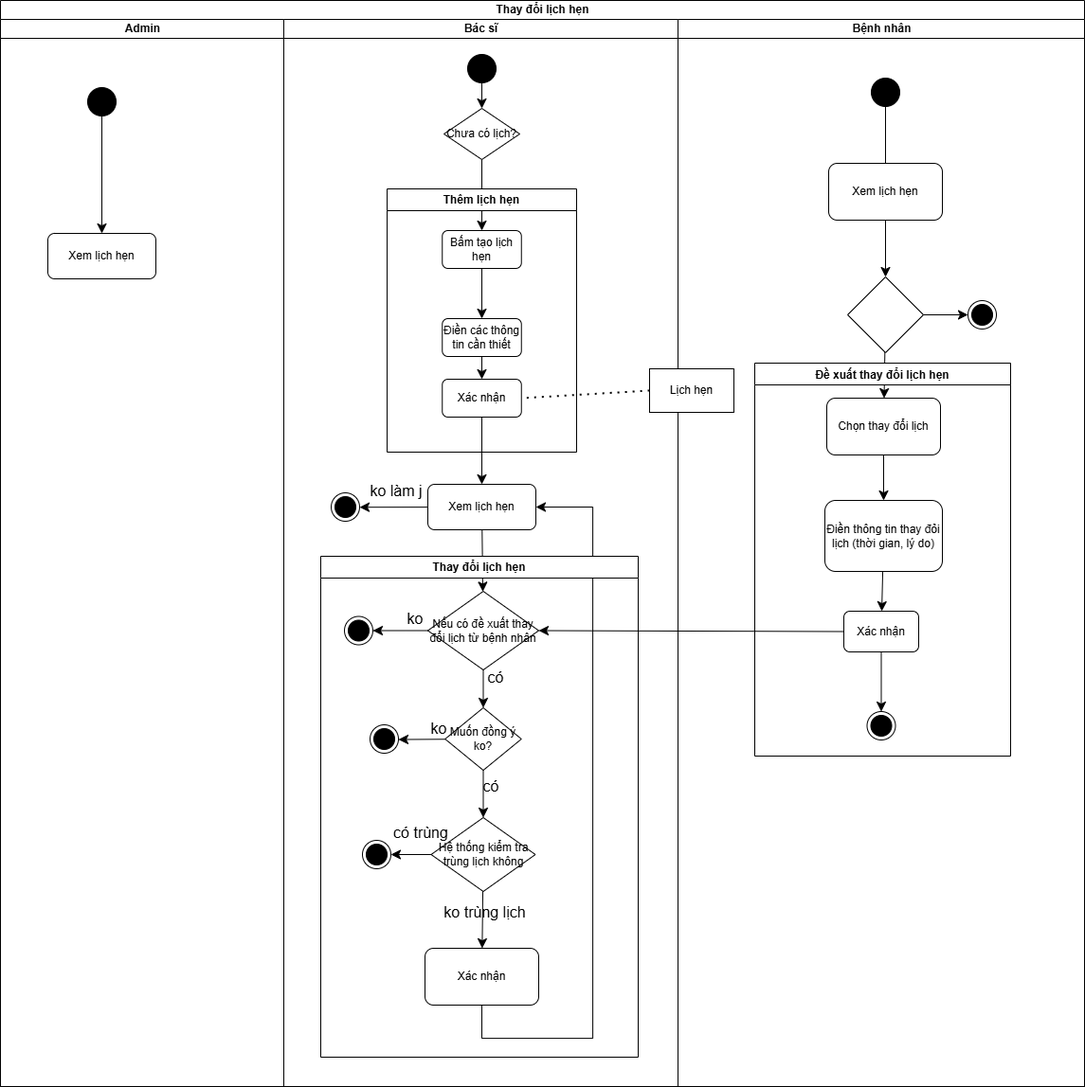
Minh-Quan-dz123/He_thong_quan_ly_benh_vien keeps this draw.io diagram as details/2_product_analysis_and_design/2_activity_diagram/4_quanlylichhen/1_activity_thaydoilichhen.drawio.png. Above is the earlier version. Source tidied: cells renumbered, new cells last; positions are measured from the earlier drawing's top-left corner, leaving out a move shared by most shapes.
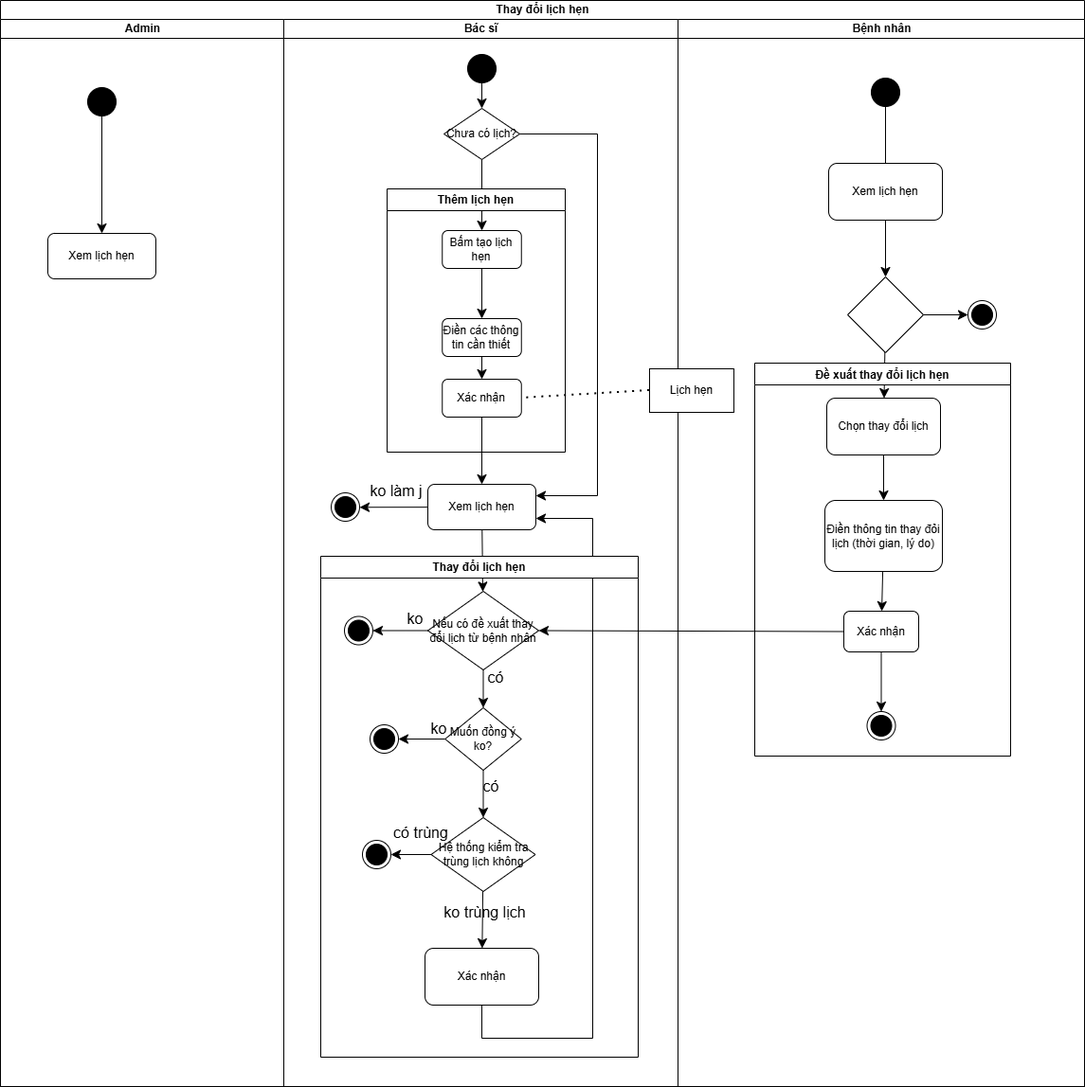
After the change.

The edit, as a diff of the source:
```diff
@@ -33,7 +33,7 @@
       <mxGeometry relative="1" as="geometry" />
     </mxCell>
     <mxCell id="12" value="Thêm lịch hẹn" style="swimlane;whiteSpace=wrap;html=1;" parent="7" vertex="1">
-      <mxGeometry x="109" y="179" width="200" height="278" as="geometry" />
+      <mxGeometry x="109" y="179" width="188" height="278" as="geometry" />
     </mxCell>
     <mxCell id="13" style="edgeStyle=none;curved=1;rounded=0;jettySize=auto;html=1;fontSize=12;startSize=8;endSize=8;" parent="12" edge="1" source="14" target="15">
       <mxGeometry relative="1" as="geometry" />
@@ -98,12 +98,12 @@
     <mxCell id="33" style="edgeStyle=none;curved=1;rounded=0;jettySize=auto;html=1;fontSize=12;startSize=8;endSize=8;" parent="7" edge="1" source="25" target="32">
       <mxGeometry relative="1" as="geometry" />
     </mxCell>
-    <mxCell id="34" style="endArrow=classic;html=1;rounded=0;fontSize=12;startSize=8;endSize=8;exitX=0.5;exitY=1;exitDx=0;exitDy=0;entryX=1;entryY=0.5;entryDx=0;entryDy=0;edgeStyle=orthogonalEdgeStyle;" parent="7" edge="1" source="32" target="19">
+    <mxCell id="34" style="endArrow=classic;html=1;rounded=0;fontSize=12;startSize=8;endSize=8;exitX=0.5;exitY=1;exitDx=0;exitDy=0;entryX=1;entryY=0.75;entryDx=0;entryDy=0;edgeStyle=orthogonalEdgeStyle;" parent="7" edge="1" source="32" target="19">
       <mxGeometry relative="1" as="geometry">
         <Array as="points">
           <mxPoint x="209" y="1076" />
           <mxPoint x="326" y="1076" />
-          <mxPoint x="326" y="515" />
+          <mxPoint x="326" y="527" />
         </Array>
       </mxGeometry>
     </mxCell>
@@ -137,6 +137,14 @@
     <mxCell id="44" value="có" style="text;html=1;whiteSpace=wrap;strokeColor=none;fillColor=none;align=center;verticalAlign=middle;rounded=0;fontSize=16;" parent="39" vertex="1">
       <mxGeometry x="150" y="228" width="60" height="30" as="geometry" />
     </mxCell>
+    <mxCell id="65" style="endArrow=classic;html=1;rounded=0;fontSize=12;startSize=8;endSize=8;exitX=1;exitY=0.5;exitDx=0;exitDy=0;entryX=1;entryY=0.25;entryDx=0;entryDy=0;edgeStyle=orthogonalEdgeStyle;" parent="7" edge="1" source="9" target="19">
+      <mxGeometry relative="1" as="geometry">
+        <Array as="points">
+          <mxPoint x="331" y="121" />
+          <mxPoint x="331" y="503" />
+        </Array>
+      </mxGeometry>
+    </mxCell>
     <mxCell id="45" value="Bệnh nhân" style="swimlane;startSize=20;html=1;" parent="2" vertex="1">
       <mxGeometry x="715" y="20" width="429" height="1127" as="geometry" />
     </mxCell>
```
